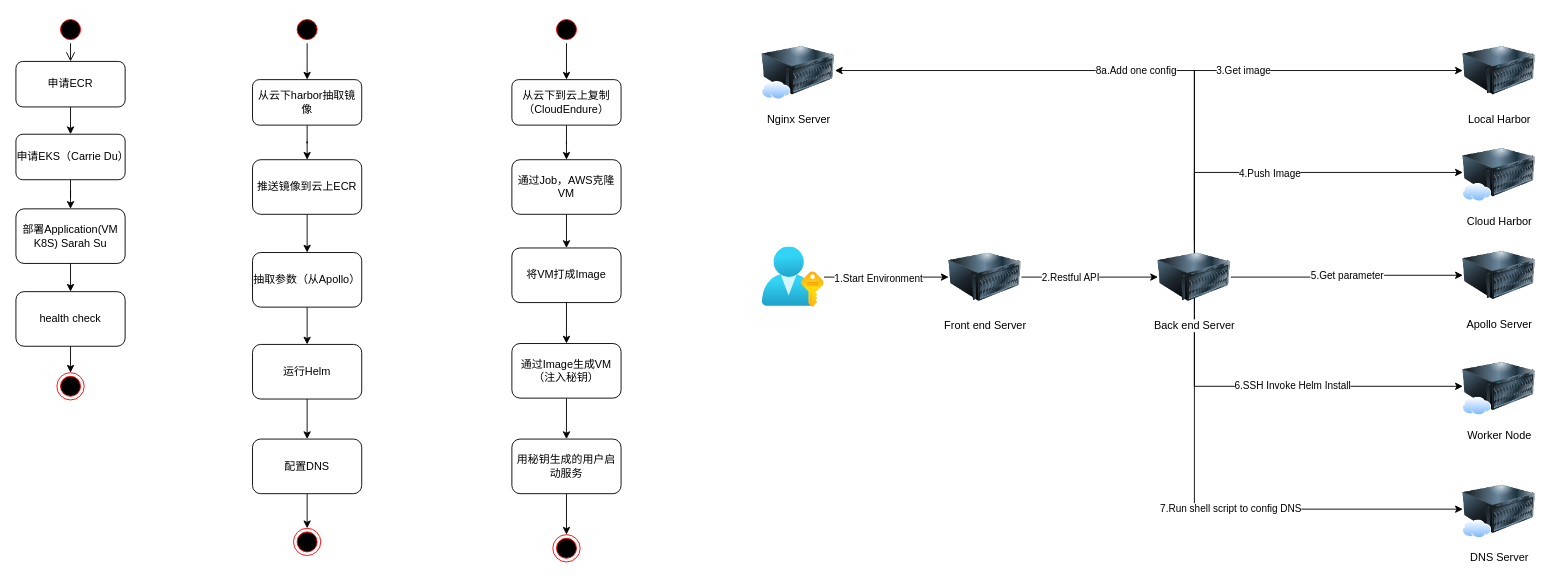
Earlier version of the draw.io diagram flow.drawio (dosjia/chart). Source tidied: cells renumbered, new cells numbered last; positions are measured from the earlier drawing's top-left corner, leaving out a move shared by most shapes. Both pictures are drawn from the tidied source at 91%, with x=0, y=0 at pixel (15, 15).
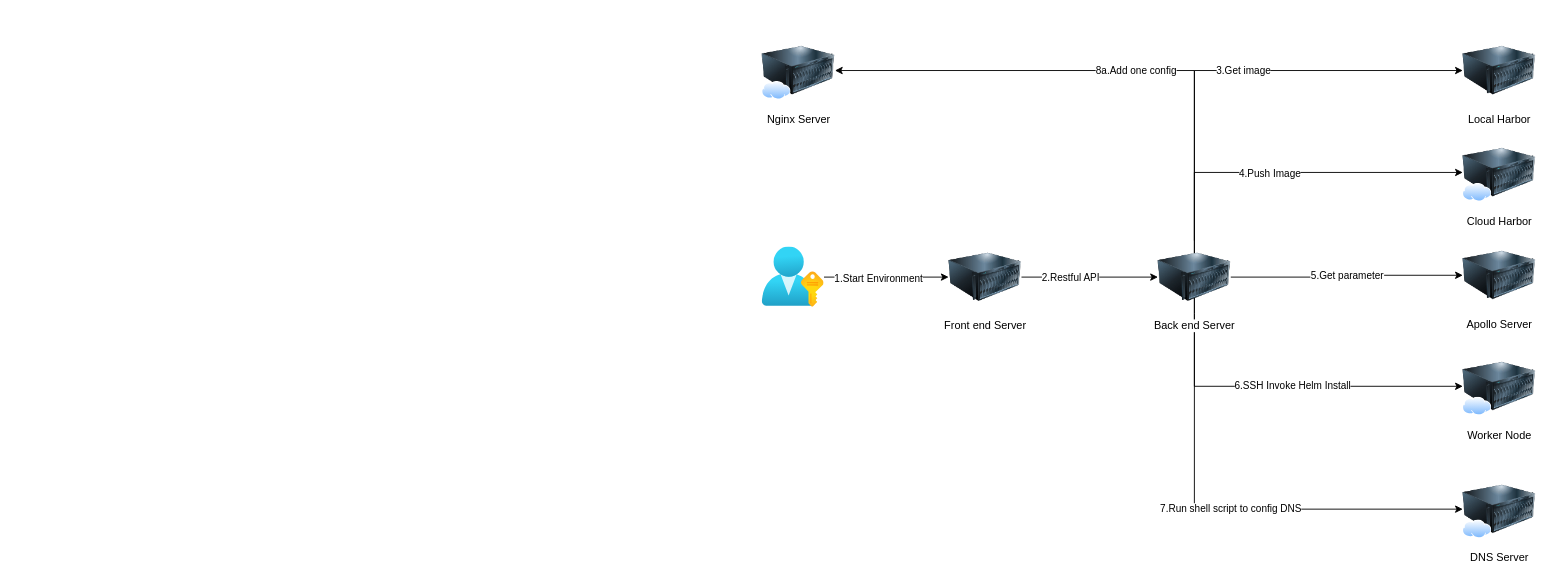
After the change.

What changed in the source:
```diff
@@
-    <mxCell id="2" style="ellipse;html=1;shape=startState;fillColor=#000000;strokeColor=#ff0000;" parent="1" vertex="1">
-      <mxGeometry x="45" width="30" height="30" as="geometry" />
-    </mxCell>
-    <mxCell id="3" style="edgeStyle=orthogonalEdgeStyle;html=1;verticalAlign=bottom;endArrow=open;endSize=8;entryX=0.5;entryY=0;entryDx=0;entryDy=0;" parent="1" edge="1" source="2" target="11">
-      <mxGeometry relative="1" as="geometry" />
-    </mxCell>
-    <mxCell id="4" style="edgeStyle=orthogonalEdgeStyle;rounded=0;jettySize=auto;html=1;entryX=0.5;entryY=0;entryDx=0;entryDy=0;" parent="1" edge="1" source="5" target="6">
-      <mxGeometry relative="1" as="geometry" />
-    </mxCell>
-    <mxCell id="5" value="&lt;div&gt;申请EKS（Carrie Du）&lt;/div&gt;" style="rounded=1;whiteSpace=wrap;html=1;" parent="1" vertex="1">
-      <mxGeometry y="130" width="120" height="50" as="geometry" />
-    </mxCell>
-    <mxCell id="6" value="&lt;div&gt;部署Application(VM K8S) Sarah Su&lt;br&gt;&lt;/div&gt;" style="whiteSpace=wrap;html=1;rounded=1;" parent="1" vertex="1">
-      <mxGeometry y="212" width="120" height="60" as="geometry" />
-    </mxCell>
-    <mxCell id="7" style="edgeStyle=orthogonalEdgeStyle;rounded=0;jettySize=auto;html=1;exitX=0.5;exitY=1;exitDx=0;exitDy=0;entryX=0.5;entryY=0;entryDx=0;entryDy=0;" parent="1" edge="1" source="8" target="9">
-      <mxGeometry relative="1" as="geometry" />
-    </mxCell>
-    <mxCell id="8" value="health check" style="whiteSpace=wrap;html=1;rounded=1;" parent="1" vertex="1">
-      <mxGeometry y="303" width="120" height="60" as="geometry" />
-    </mxCell>
-    <mxCell id="9" style="ellipse;html=1;shape=endState;fillColor=#000000;strokeColor=#ff0000;" parent="1" vertex="1">
-      <mxGeometry x="45" y="392" width="30" height="30" as="geometry" />
-    </mxCell>
-    <mxCell id="10" style="edgeStyle=orthogonalEdgeStyle;rounded=0;jettySize=auto;html=1;exitX=0.5;exitY=1;exitDx=0;exitDy=0;entryX=0.5;entryY=0;entryDx=0;entryDy=0;strokeColor=#000000;" parent="1" edge="1" source="11" target="5">
-      <mxGeometry relative="1" as="geometry" />
-    </mxCell>
-    <mxCell id="11" value="申请ECR" style="rounded=1;whiteSpace=wrap;html=1;" parent="1" vertex="1">
-      <mxGeometry y="50" width="120" height="50" as="geometry" />
-    </mxCell>
-    <mxCell id="12" style="ellipse;html=1;shape=startState;fillColor=#000000;strokeColor=#ff0000;" parent="1" vertex="1">
-      <mxGeometry x="305" width="30" height="30" as="geometry" />
-    </mxCell>
-    <mxCell id="13" style="edgeStyle=orthogonalEdgeStyle;rounded=0;jettySize=auto;html=1;strokeColor=#000000;exitX=0.5;exitY=1;exitDx=0;exitDy=0;entryX=0.5;entryY=0;entryDx=0;entryDy=0;" parent="1" edge="1" source="12" target="15">
-      <mxGeometry relative="1" as="geometry" />
-    </mxCell>
-    <mxCell id="14" style="edgeStyle=orthogonalEdgeStyle;rounded=0;jettySize=auto;html=1;strokeColor=#000000;" parent="1" edge="1" source="15" target="17">
-      <mxGeometry relative="1" as="geometry" />
-    </mxCell>
-    <mxCell id="15" value="从云下harbor抽取镜像" style="rounded=1;whiteSpace=wrap;html=1;" parent="1" vertex="1">
-      <mxGeometry x="260" y="70" width="120" height="50" as="geometry" />
-    </mxCell>
-    <mxCell id="16" style="edgeStyle=orthogonalEdgeStyle;rounded=0;jettySize=auto;html=1;strokeColor=#000000;" parent="1" edge="1" source="17" target="19">
-      <mxGeometry relative="1" as="geometry" />
-    </mxCell>
-    <mxCell id="17" value="推送镜像到云上ECR" style="whiteSpace=wrap;html=1;rounded=1;" parent="1" vertex="1">
-      <mxGeometry x="260" y="158" width="120" height="60" as="geometry" />
-    </mxCell>
-    <mxCell id="18" style="edgeStyle=orthogonalEdgeStyle;rounded=0;jettySize=auto;html=1;strokeColor=#000000;" parent="1" edge="1" source="19" target="22">
-      <mxGeometry relative="1" as="geometry" />
-    </mxCell>
-    <mxCell id="19" value="抽取参数（从Apollo）" style="whiteSpace=wrap;html=1;rounded=1;" parent="1" vertex="1">
-      <mxGeometry x="260" y="260" width="120" height="60" as="geometry" />
-    </mxCell>
-    <mxCell id="20" style="edgeStyle=orthogonalEdgeStyle;rounded=0;jettySize=auto;html=1;entryX=0.5;entryY=0;entryDx=0;entryDy=0;strokeColor=#000000;exitX=0.5;exitY=1;exitDx=0;exitDy=0;" parent="1" edge="1" source="38" target="23">
-      <mxGeometry relative="1" as="geometry" />
-    </mxCell>
-    <mxCell id="21" style="edgeStyle=orthogonalEdgeStyle;rounded=0;jettySize=auto;html=1;" parent="1" edge="1" source="22" target="38">
-      <mxGeometry relative="1" as="geometry" />
-    </mxCell>
-    <mxCell id="22" value="运行Helm" style="whiteSpace=wrap;html=1;rounded=1;" parent="1" vertex="1">
-      <mxGeometry x="260" y="361" width="120" height="60" as="geometry" />
-    </mxCell>
-    <mxCell id="23" style="ellipse;html=1;shape=endState;fillColor=#000000;strokeColor=#ff0000;" parent="1" vertex="1">
-      <mxGeometry x="305" y="563" width="30" height="30" as="geometry" />
-    </mxCell>
-    <mxCell id="24" style="ellipse;html=1;shape=startState;fillColor=#000000;strokeColor=#ff0000;" parent="1" vertex="1">
-      <mxGeometry x="590" width="30" height="30" as="geometry" />
-    </mxCell>
-    <mxCell id="25" style="edgeStyle=orthogonalEdgeStyle;rounded=0;jettySize=auto;html=1;strokeColor=#000000;exitX=0.5;exitY=1;exitDx=0;exitDy=0;entryX=0.5;entryY=0;entryDx=0;entryDy=0;" parent="1" edge="1" source="24" target="27">
-      <mxGeometry relative="1" as="geometry" />
-    </mxCell>
-    <mxCell id="26" style="edgeStyle=orthogonalEdgeStyle;rounded=0;jettySize=auto;html=1;strokeColor=#000000;entryX=0.5;entryY=0;entryDx=0;entryDy=0;" parent="1" edge="1" source="27" target="36">
-      <mxGeometry relative="1" as="geometry" />
-    </mxCell>
-    <mxCell id="27" value="从云下到云上复制（CloudEndure）" style="rounded=1;whiteSpace=wrap;html=1;" parent="1" vertex="1">
-      <mxGeometry x="545" y="70" width="120" height="50" as="geometry" />
-    </mxCell>
-    <mxCell id="28" style="edgeStyle=orthogonalEdgeStyle;rounded=0;jettySize=auto;html=1;strokeColor=#000000;" parent="1" edge="1" source="29" target="31">
-      <mxGeometry relative="1" as="geometry" />
-    </mxCell>
-    <mxCell id="29" value="将VM打成Image" style="whiteSpace=wrap;html=1;rounded=1;" parent="1" vertex="1">
-      <mxGeometry x="545" y="255" width="120" height="60" as="geometry" />
-    </mxCell>
-    <mxCell id="30" style="edgeStyle=orthogonalEdgeStyle;rounded=0;jettySize=auto;html=1;strokeColor=#000000;" parent="1" edge="1" source="31" target="33">
-      <mxGeometry relative="1" as="geometry" />
-    </mxCell>
-    <mxCell id="31" value="通过Image生成VM（注入秘钥）" style="whiteSpace=wrap;html=1;rounded=1;" parent="1" vertex="1">
-      <mxGeometry x="545" y="360" width="120" height="60" as="geometry" />
-    </mxCell>
-    <mxCell id="32" style="edgeStyle=orthogonalEdgeStyle;rounded=0;jettySize=auto;html=1;exitX=0.5;exitY=1;exitDx=0;exitDy=0;entryX=0.5;entryY=0;entryDx=0;entryDy=0;strokeColor=#000000;" parent="1" edge="1" source="33" target="34">
-      <mxGeometry relative="1" as="geometry" />
-    </mxCell>
-    <mxCell id="33" value="用秘钥生成的用户启动服务" style="whiteSpace=wrap;html=1;rounded=1;" parent="1" vertex="1">
-      <mxGeometry x="545" y="465" width="120" height="60" as="geometry" />
-    </mxCell>
-    <mxCell id="34" style="ellipse;html=1;shape=endState;fillColor=#000000;strokeColor=#ff0000;" parent="1" vertex="1">
-      <mxGeometry x="590" y="570" width="30" height="30" as="geometry" />
-    </mxCell>
-    <mxCell id="35" style="edgeStyle=orthogonalEdgeStyle;rounded=0;jettySize=auto;html=1;strokeColor=#000000;entryX=0.5;entryY=0;entryDx=0;entryDy=0;" parent="1" edge="1" source="36" target="29">
-      <mxGeometry relative="1" as="geometry">
-        <Array as="points">
-          <mxPoint x="605" y="255" />
-          <mxPoint x="605" y="255" />
-        </Array>
-      </mxGeometry>
-    </mxCell>
-    <mxCell id="36" value="通过Job，AWS克隆VM" style="whiteSpace=wrap;html=1;rounded=1;" parent="1" vertex="1">
-      <mxGeometry x="545" y="158" width="120" height="60" as="geometry" />
-    </mxCell>
-    <mxCell id="37" style="edgeStyle=orthogonalEdgeStyle;rounded=0;jettySize=auto;html=1;entryX=0.5;entryY=0;entryDx=0;entryDy=0;exitX=0.5;exitY=1;exitDx=0;exitDy=0;" parent="1" edge="1" source="6" target="8">
-      <mxGeometry relative="1" as="geometry" />
-    </mxCell>
-    <mxCell id="38" value="&lt;div&gt;配置DNS&lt;/div&gt;" style="whiteSpace=wrap;html=1;rounded=1;" parent="1" vertex="1">
-      <mxGeometry x="260" y="465" width="120" height="60" as="geometry" />
-    </mxCell>
```
